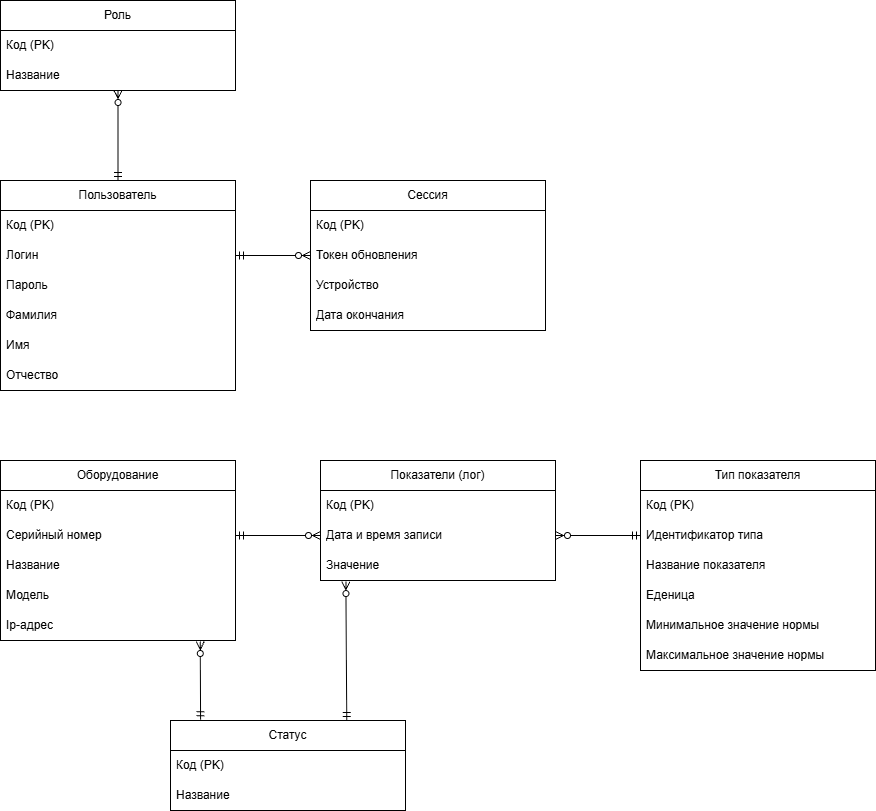
Before: db_diagrams/signal_conceptual.drawio.png, a diagram exported from draw.io (Skverno-Slov/Pract). Source tidied: cells renumbered, new cells last; positions are measured from the earlier drawing's top-left corner, leaving out a move shared by most shapes.
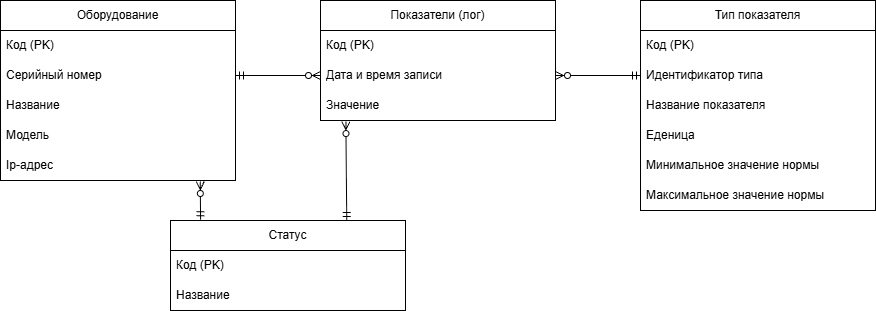
Later version of the same file.

The edit, as a diff of the source:
```diff
@@ -2,45 +2,6 @@
   <root>
     <mxCell id="0" />
     <mxCell id="1" parent="0" />
-    <mxCell id="2" value="Роль" style="swimlane;fontStyle=0;horizontal=1;startSize=30;whiteSpace=wrap;html=1;" parent="1" vertex="1">
-      <mxGeometry width="235" height="90" as="geometry" />
-    </mxCell>
-    <mxCell id="3" value="Код (PK)" style="text;strokeColor=none;fillColor=none;align=left;verticalAlign=middle;spacingLeft=4;spacingRight=4;overflow=hidden;whiteSpace=wrap;html=1;" parent="2" vertex="1">
-      <mxGeometry y="30" width="235" height="30" as="geometry" />
-    </mxCell>
-    <mxCell id="4" value="Название&amp;nbsp;" style="text;strokeColor=none;fillColor=none;align=left;verticalAlign=middle;spacingLeft=4;spacingRight=4;overflow=hidden;whiteSpace=wrap;html=1;" parent="2" vertex="1">
-      <mxGeometry y="60" width="235" height="30" as="geometry" />
-    </mxCell>
-    <mxCell id="5" value="Пользователь" style="swimlane;fontStyle=0;horizontal=1;startSize=30;whiteSpace=wrap;html=1;" parent="1" vertex="1">
-      <mxGeometry y="180" width="235" height="210" as="geometry" />
-    </mxCell>
-    <mxCell id="6" value="Код (PK)" style="text;strokeColor=none;fillColor=none;align=left;verticalAlign=middle;spacingLeft=4;spacingRight=4;overflow=hidden;whiteSpace=wrap;html=1;" parent="5" vertex="1">
-      <mxGeometry y="30" width="235" height="30" as="geometry" />
-    </mxCell>
-    <mxCell id="7" value="Логин" style="text;strokeColor=none;fillColor=none;align=left;verticalAlign=middle;spacingLeft=4;spacingRight=4;overflow=hidden;points=[[0,0.5],[1,0.5]];portConstraint=eastwest;whiteSpace=wrap;html=1;" parent="5" vertex="1">
-      <mxGeometry y="60" width="235" height="30" as="geometry" />
-    </mxCell>
-    <mxCell id="8" value="Пароль" style="text;strokeColor=none;fillColor=none;align=left;verticalAlign=middle;spacingLeft=4;spacingRight=4;overflow=hidden;whiteSpace=wrap;html=1;" parent="5" vertex="1">
-      <mxGeometry y="90" width="235" height="30" as="geometry" />
-    </mxCell>
-    <mxCell id="9" value="Фамилия" style="text;strokeColor=none;fillColor=none;align=left;verticalAlign=middle;spacingLeft=4;spacingRight=4;overflow=hidden;whiteSpace=wrap;html=1;" parent="5" vertex="1">
-      <mxGeometry y="120" width="235" height="30" as="geometry" />
-    </mxCell>
-    <mxCell id="10" value="Имя" style="text;strokeColor=none;fillColor=none;align=left;verticalAlign=middle;spacingLeft=4;spacingRight=4;overflow=hidden;whiteSpace=wrap;html=1;" parent="5" vertex="1">
-      <mxGeometry y="150" width="235" height="30" as="geometry" />
-    </mxCell>
-    <mxCell id="11" value="Отчество" style="text;strokeColor=none;fillColor=none;align=left;verticalAlign=middle;spacingLeft=4;spacingRight=4;overflow=hidden;whiteSpace=wrap;html=1;" parent="5" vertex="1">
-      <mxGeometry y="180" width="235" height="30" as="geometry" />
-    </mxCell>
-    <mxCell id="12" style="edgeStyle=orthogonalEdgeStyle;rounded=0;jettySize=auto;html=1;entryX=0.5;entryY=0;entryDx=0;entryDy=0;startArrow=ERzeroToMany;startFill=0;endArrow=ERmandOne;endFill=0;" parent="1" edge="1" target="5">
-      <mxGeometry relative="1" as="geometry">
-        <mxPoint x="117.5" y="90" as="sourcePoint" />
-        <Array as="points">
-          <mxPoint x="118" y="110" />
-          <mxPoint x="118" y="110" />
-        </Array>
-      </mxGeometry>
-    </mxCell>
     <mxCell id="13" value="Оборудование" style="swimlane;fontStyle=0;horizontal=1;startSize=30;whiteSpace=wrap;html=1;" parent="1" vertex="1">
       <mxGeometry y="460" width="235" height="180" as="geometry" />
     </mxCell>
@@ -60,7 +21,7 @@
       <mxGeometry y="150" width="235" height="30" as="geometry" />
     </mxCell>
     <mxCell id="19" value="Статус" style="swimlane;fontStyle=0;horizontal=1;startSize=30;whiteSpace=wrap;html=1;" parent="1" vertex="1">
-      <mxGeometry x="170" y="720" width="235" height="90" as="geometry" />
+      <mxGeometry x="170" y="680" width="235" height="90" as="geometry" />
     </mxCell>
     <mxCell id="20" value="Код (PK)" style="text;strokeColor=none;fillColor=none;align=left;verticalAlign=middle;spacingLeft=4;spacingRight=4;overflow=hidden;whiteSpace=wrap;html=1;" parent="19" vertex="1">
       <mxGeometry y="30" width="235" height="30" as="geometry" />
@@ -68,26 +29,6 @@
     <mxCell id="21" value="Название&amp;nbsp;" style="text;strokeColor=none;fillColor=none;align=left;verticalAlign=middle;spacingLeft=4;spacingRight=4;overflow=hidden;whiteSpace=wrap;html=1;" parent="19" vertex="1">
       <mxGeometry y="60" width="235" height="30" as="geometry" />
     </mxCell>
-    <mxCell id="22" value="Сессия" style="swimlane;fontStyle=0;horizontal=1;startSize=30;whiteSpace=wrap;html=1;" parent="1" vertex="1">
-      <mxGeometry x="310" y="180" width="235" height="150" as="geometry" />
-    </mxCell>
-    <mxCell id="23" value="Код (PK)" style="text;strokeColor=none;fillColor=none;align=left;verticalAlign=middle;spacingLeft=4;spacingRight=4;overflow=hidden;whiteSpace=wrap;html=1;" parent="22" vertex="1">
-      <mxGeometry y="30" width="235" height="30" as="geometry" />
-    </mxCell>
-    <mxCell id="24" value="Токен обновления" style="text;strokeColor=none;fillColor=none;align=left;verticalAlign=middle;spacingLeft=4;spacingRight=4;overflow=hidden;whiteSpace=wrap;html=1;" parent="22" vertex="1">
-      <mxGeometry y="60" width="235" height="30" as="geometry" />
-    </mxCell>
-    <mxCell id="25" value="Устройство" style="text;strokeColor=none;fillColor=none;align=left;verticalAlign=middle;spacingLeft=4;spacingRight=4;overflow=hidden;whiteSpace=wrap;html=1;" parent="22" vertex="1">
-      <mxGeometry y="90" width="235" height="30" as="geometry" />
-    </mxCell>
-    <mxCell id="26" value="Дата окончания" style="text;strokeColor=none;fillColor=none;align=left;verticalAlign=middle;spacingLeft=4;spacingRight=4;overflow=hidden;whiteSpace=wrap;html=1;" parent="22" vertex="1">
-      <mxGeometry y="120" width="235" height="30" as="geometry" />
-    </mxCell>
-    <mxCell id="27" style="endArrow=ERmandOne;html=1;rounded=0;exitX=0;exitY=0.5;exitDx=0;exitDy=0;entryX=1;entryY=0.5;entryDx=0;entryDy=0;startArrow=ERzeroToMany;startFill=0;endFill=0;" parent="1" edge="1" target="7">
-      <mxGeometry relative="1" as="geometry">
-        <mxPoint x="310" y="255" as="sourcePoint" />
-      </mxGeometry>
-    </mxCell>
     <mxCell id="28" value="Показатели (лог)" style="swimlane;fontStyle=0;horizontal=1;startSize=30;whiteSpace=wrap;html=1;" parent="1" vertex="1">
       <mxGeometry x="320" y="460" width="235" height="120" as="geometry" />
     </mxCell>
```
